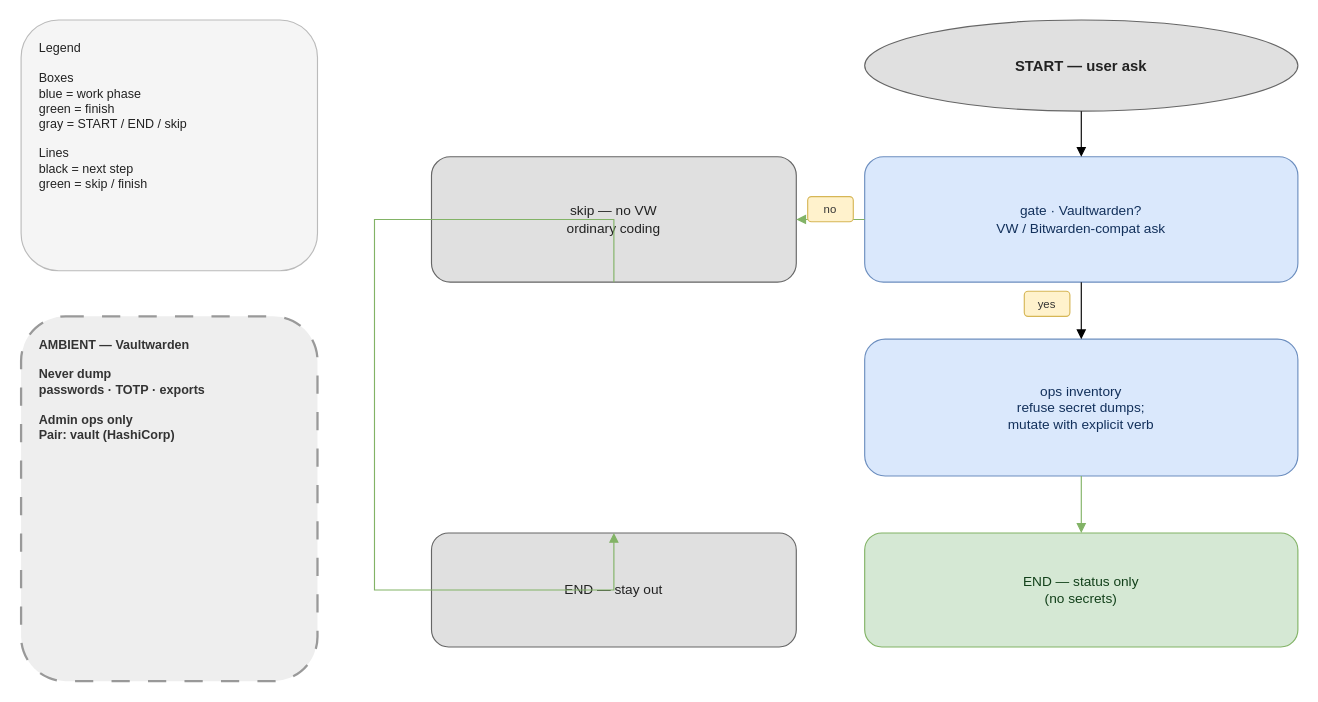
This is plugins/vaultwarden/docs/vaultwarden-workflow.drawio from nodadyoushutup/marketplace, a draw.io file, before an edit. Source tidied: cells renumbered, new cells numbered last; positions are measured from the earlier drawing's top-left corner, leaving out a move shared by most shapes. Both pictures are drawn from the tidied source at 114%, with x=0, y=0 at pixel (21, 19).
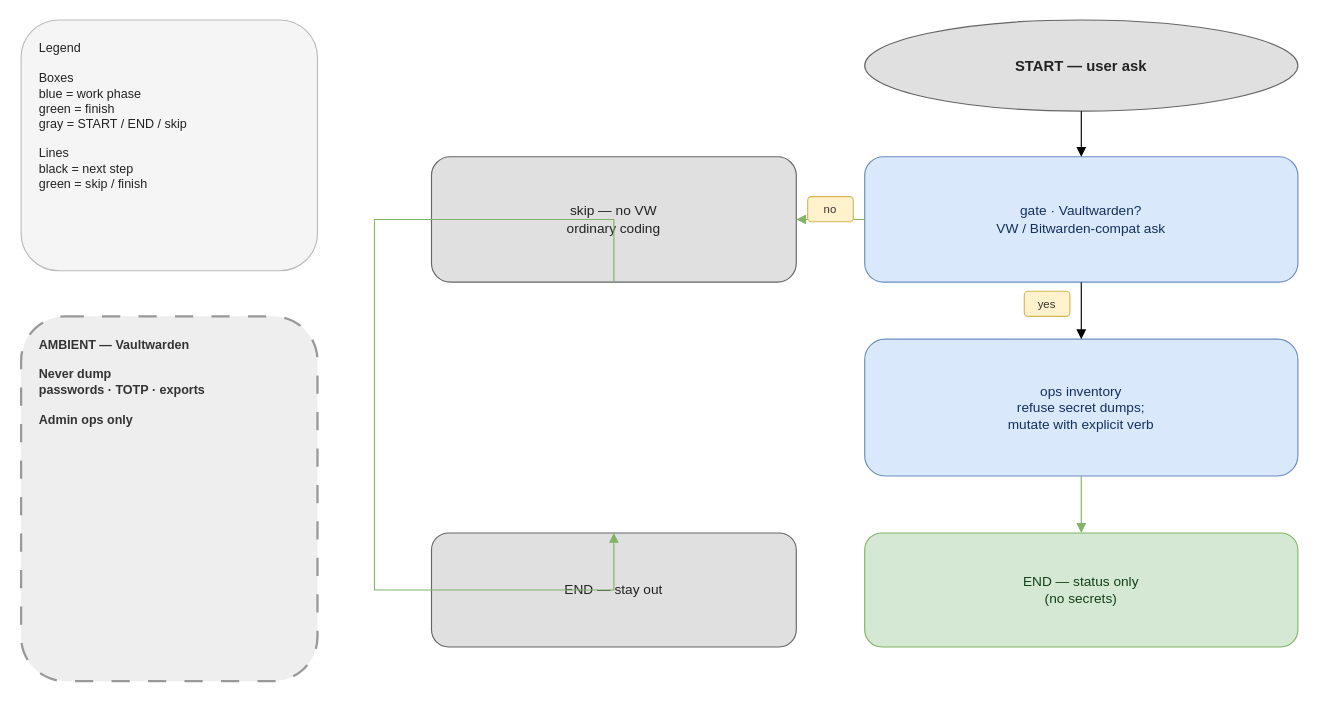
The same page after the edit.

Change to the diagram source:
```diff
@@
 <mxGraphModel>
   <root>
     <mxCell id="0" />
     <mxCell id="1" parent="0" />
     <mxCell id="2" value="Legend&#10;&#10;Boxes&#10;blue = work phase&#10;green = finish&#10;gray = START / END / skip&#10;&#10;Lines&#10;black = next step&#10;green = skip / finish" style="rounded=1;whiteSpace=wrap;html=1;align=left;verticalAlign=top;spacingLeft=14;spacingRight=14;spacingTop=12;spacingBottom=12;fontSize=11;fillColor=#f5f5f5;strokeColor=#bbbbbb;fontColor=#222222;" parent="1" vertex="1">
       <mxGeometry width="260" height="220" as="geometry" />
     </mxCell>
-    <mxCell id="3" value="AMBIENT — Vaultwarden&#10;&#10;Never dump&#10;passwords · TOTP · exports&#10;&#10;Admin ops only&#10;Pair: vault (HashiCorp)" style="rounded=1;whiteSpace=wrap;html=1;dashed=1;dashPattern=8 8;align=left;verticalAlign=top;spacingLeft=14;spacingRight=14;spacingTop=12;spacingBottom=12;fontSize=11;fontStyle=1;fillColor=#eeeeee;strokeColor=#999999;strokeWidth=2;fontColor=#333333;" parent="1" vertex="1">
+    <mxCell id="3" value="AMBIENT — Vaultwarden&#10;&#10;Never dump&#10;passwords · TOTP · exports&#10;&#10;Admin ops only&#10;" style="rounded=1;whiteSpace=wrap;html=1;dashed=1;dashPattern=8 8;align=left;verticalAlign=top;spacingLeft=14;spacingRight=14;spacingTop=12;spacingBottom=12;fontSize=11;fontStyle=1;fillColor=#eeeeee;strokeColor=#999999;strokeWidth=2;fontColor=#333333;" parent="1" vertex="1">
       <mxGeometry y="260" width="260" height="320" as="geometry" />
     </mxCell>
     <mxCell id="4" value="START — user ask" style="ellipse;whiteSpace=wrap;html=1;align=center;verticalAlign=middle;fontSize=13;fontStyle=1;fillColor=#e0e0e0;strokeColor=#666666;fontColor=#222222;" parent="1" vertex="1">
       <mxGeometry x="740" width="380" height="80" as="geometry" />
     </mxCell>
     <mxCell id="5" value="gate · Vaultwarden?&#10;VW / Bitwarden-compat ask" style="rounded=1;whiteSpace=wrap;html=1;align=center;verticalAlign=middle;spacingLeft=12;spacingRight=12;fontSize=12;fillColor=#dae8fc;strokeColor=#6c8ebf;fontColor=#12305B;" parent="1" vertex="1">
       <mxGeometry x="740" y="120" width="380" height="110" as="geometry" />
     </mxCell>
     <mxCell id="6" value="skip — no VW&#10;ordinary coding" style="rounded=1;whiteSpace=wrap;html=1;align=center;verticalAlign=middle;spacingLeft=12;spacingRight=12;fontSize=12;fillColor=#e0e0e0;strokeColor=#666666;fontColor=#222222;" parent="1" vertex="1">
       <mxGeometry x="360" y="120" width="320" height="110" as="geometry" />
     </mxCell>
     <mxCell id="7" value="ops inventory&#10;refuse secret dumps;&#10;mutate with explicit verb" style="rounded=1;whiteSpace=wrap;html=1;align=center;verticalAlign=middle;spacingLeft=12;spacingRight=12;fontSize=12;fillColor=#dae8fc;strokeColor=#6c8ebf;fontColor=#12305B;" parent="1" vertex="1">
       <mxGeometry x="740" y="280" width="380" height="120" as="geometry" />
     </mxCell>
     <mxCell id="8" value="END — status only&#10;(no secrets)" style="rounded=1;whiteSpace=wrap;html=1;align=center;verticalAlign=middle;spacingLeft=12;spacingRight=12;fontSize=12;fillColor=#d5e8d4;strokeColor=#82b366;fontColor=#12401A;" parent="1" vertex="1">
       <mxGeometry x="740" y="450" width="380" height="100" as="geometry" />
     </mxCell>
     <mxCell id="9" value="END — stay out" style="rounded=1;whiteSpace=wrap;html=1;align=center;verticalAlign=middle;spacingLeft=12;spacingRight=12;fontSize=12;fillColor=#e0e0e0;strokeColor=#666666;fontColor=#222222;" parent="1" vertex="1">
       <mxGeometry x="360" y="450" width="320" height="100" as="geometry" />
     </mxCell>
     <mxCell id="10" style="edgeStyle=orthogonalEdgeStyle;rounded=0;html=1;endArrow=block;jumpStyle=arc;jumpSize=10;exitX=0.5;exitY=1;entryX=0.5;entryY=0;" parent="1" edge="1" source="4" target="5">
       <mxGeometry relative="1" as="geometry" />
     </mxCell>
     <mxCell id="11" style="edgeStyle=orthogonalEdgeStyle;rounded=0;html=1;endArrow=block;jumpStyle=arc;jumpSize=10;strokeColor=#82b366;exitX=0;exitY=0.5;entryX=1;entryY=0.5;" parent="1" edge="1" source="5" target="6">
       <mxGeometry relative="1" as="geometry" />
     </mxCell>
     <mxCell id="12" value="no" style="rounded=1;whiteSpace=wrap;html=1;align=center;verticalAlign=middle;fontSize=10;fillColor=#fff2cc;strokeColor=#d6b656;fontColor=#333333;" parent="1" vertex="1">
       <mxGeometry x="690" y="155" width="40" height="22" as="geometry" />
     </mxCell>
     <mxCell id="13" style="edgeStyle=orthogonalEdgeStyle;rounded=0;html=1;endArrow=block;jumpStyle=arc;jumpSize=10;exitX=0.5;exitY=1;entryX=0.5;entryY=0;" parent="1" edge="1" source="5" target="7">
       <mxGeometry relative="1" as="geometry" />
     </mxCell>
     <mxCell id="14" value="yes" style="rounded=1;whiteSpace=wrap;html=1;align=center;verticalAlign=middle;fontSize=10;fillColor=#fff2cc;strokeColor=#d6b656;fontColor=#333333;" parent="1" vertex="1">
       <mxGeometry x="880" y="238" width="40" height="22" as="geometry" />
     </mxCell>
     <mxCell id="15" style="edgeStyle=orthogonalEdgeStyle;rounded=0;html=1;endArrow=block;jumpStyle=arc;jumpSize=10;strokeColor=#82b366;exitX=0.5;exitY=1;entryX=0.5;entryY=0;" parent="1" edge="1" source="7" target="8">
       <mxGeometry relative="1" as="geometry" />
     </mxCell>
     <mxCell id="16" style="edgeStyle=orthogonalEdgeStyle;rounded=0;html=1;endArrow=block;jumpStyle=arc;jumpSize=10;strokeColor=#82b366;exitX=0.5;exitY=1;entryX=0.5;entryY=0;" parent="1" edge="1" source="6" target="9">
       <mxGeometry relative="1" as="geometry">
         <Array as="points">
           <mxPoint x="310" y="175" />
           <mxPoint x="310" y="500" />
         </Array>
       </mxGeometry>
     </mxCell>
   </root>
 </mxGraphModel>
```
